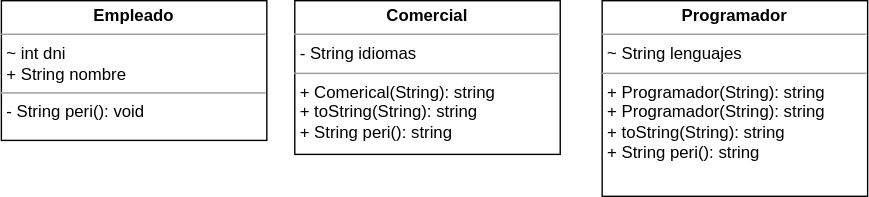
Earlier version of the draw.io export diagramas/diagrama2.drawio.svg (brimacias/uml-class-diagrams). Source tidied: cells renumbered, new cells last; positions are measured from the earlier drawing's top-left corner, leaving out a move shared by most shapes.
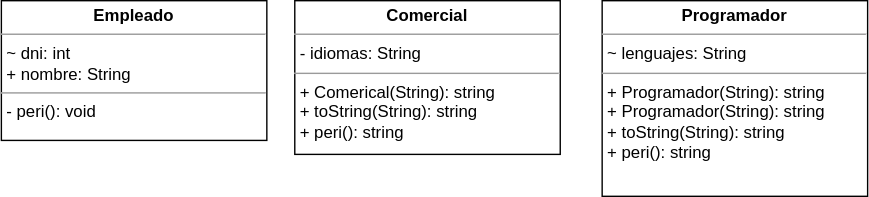
The same diagram one commit later.

Commit message:
diagramas corregidos

The edit, as a diff of the source:
```diff
@@ -2,13 +2,13 @@
   <root>
     <mxCell id="0" />
     <mxCell id="1" parent="0" />
-    <mxCell id="2" value="&lt;p style=&quot;margin:0px;margin-top:4px;text-align:center;&quot;&gt;&lt;b&gt;Empleado&lt;/b&gt;&lt;/p&gt;&lt;hr size=&quot;1&quot;&gt;&lt;p style=&quot;margin:0px;margin-left:4px;&quot;&gt;~ int dni&lt;br&gt;+ String nombre&lt;/p&gt;&lt;hr size=&quot;1&quot;&gt;&lt;p style=&quot;margin:0px;margin-left:4px;&quot;&gt;- String peri(): void&lt;br&gt;&lt;/p&gt;" style="verticalAlign=top;align=left;overflow=fill;fontSize=12;fontFamily=Helvetica;html=1;" parent="1" vertex="1">
+    <mxCell id="2" value="&lt;p style=&quot;margin:0px;margin-top:4px;text-align:center;&quot;&gt;&lt;b&gt;Empleado&lt;/b&gt;&lt;/p&gt;&lt;hr size=&quot;1&quot;&gt;&lt;p style=&quot;margin:0px;margin-left:4px;&quot;&gt;~ dni: int&lt;br&gt;+ nombre: String&lt;/p&gt;&lt;hr size=&quot;1&quot;&gt;&lt;p style=&quot;margin:0px;margin-left:4px;&quot;&gt;- peri(): void&lt;br&gt;&lt;/p&gt;" style="verticalAlign=top;align=left;overflow=fill;fontSize=12;fontFamily=Helvetica;html=1;" parent="1" vertex="1">
       <mxGeometry width="190" height="100" as="geometry" />
     </mxCell>
-    <mxCell id="3" value="&lt;p style=&quot;margin:0px;margin-top:4px;text-align:center;&quot;&gt;&lt;b&gt;Comercial&lt;/b&gt;&lt;/p&gt;&lt;hr size=&quot;1&quot;&gt;&lt;p style=&quot;margin:0px;margin-left:4px;&quot;&gt;- String idiomas&lt;br&gt;&lt;/p&gt;&lt;hr size=&quot;1&quot;&gt;&lt;p style=&quot;margin:0px;margin-left:4px;&quot;&gt;+ Comerical(String): string&lt;br&gt;+ toString(String): string&lt;/p&gt;&lt;p style=&quot;margin:0px;margin-left:4px;&quot;&gt;+ String peri(): string&lt;/p&gt;" style="verticalAlign=top;align=left;overflow=fill;fontSize=12;fontFamily=Helvetica;html=1;" parent="1" vertex="1">
+    <mxCell id="3" value="&lt;p style=&quot;margin:0px;margin-top:4px;text-align:center;&quot;&gt;&lt;b&gt;Comercial&lt;/b&gt;&lt;/p&gt;&lt;hr size=&quot;1&quot;&gt;&lt;p style=&quot;margin:0px;margin-left:4px;&quot;&gt;- idiomas: String&lt;br&gt;&lt;/p&gt;&lt;hr size=&quot;1&quot;&gt;&lt;p style=&quot;margin:0px;margin-left:4px;&quot;&gt;+ Comerical(String): string&lt;br&gt;+ toString(String): string&lt;/p&gt;&lt;p style=&quot;margin:0px;margin-left:4px;&quot;&gt;+ peri(): string&lt;/p&gt;" style="verticalAlign=top;align=left;overflow=fill;fontSize=12;fontFamily=Helvetica;html=1;" parent="1" vertex="1">
       <mxGeometry x="210" width="190" height="110" as="geometry" />
     </mxCell>
-    <mxCell id="4" value="&lt;p style=&quot;margin:0px;margin-top:4px;text-align:center;&quot;&gt;&lt;b&gt;Programador&lt;/b&gt;&lt;/p&gt;&lt;hr size=&quot;1&quot;&gt;&lt;p style=&quot;margin:0px;margin-left:4px;&quot;&gt;~ String lenguajes&lt;br&gt;&lt;/p&gt;&lt;hr size=&quot;1&quot;&gt;&lt;p style=&quot;margin:0px;margin-left:4px;&quot;&gt;+ Programador(String): string&lt;br&gt;+ Programador(String): string&lt;/p&gt;&lt;p style=&quot;margin:0px;margin-left:4px;&quot;&gt;+ toString(String): string&lt;/p&gt;&lt;p style=&quot;margin:0px;margin-left:4px;&quot;&gt;+ String peri(): string&lt;/p&gt;" style="verticalAlign=top;align=left;overflow=fill;fontSize=12;fontFamily=Helvetica;html=1;" parent="1" vertex="1">
+    <mxCell id="4" value="&lt;p style=&quot;margin:0px;margin-top:4px;text-align:center;&quot;&gt;&lt;b&gt;Programador&lt;/b&gt;&lt;/p&gt;&lt;hr size=&quot;1&quot;&gt;&lt;p style=&quot;margin:0px;margin-left:4px;&quot;&gt;~ lenguajes: String&lt;br&gt;&lt;/p&gt;&lt;hr size=&quot;1&quot;&gt;&lt;p style=&quot;margin:0px;margin-left:4px;&quot;&gt;+ Programador(String): string&lt;br&gt;+ Programador(String): string&lt;/p&gt;&lt;p style=&quot;margin:0px;margin-left:4px;&quot;&gt;+ toString(String): string&lt;/p&gt;&lt;p style=&quot;margin:0px;margin-left:4px;&quot;&gt;+ peri(): string&lt;/p&gt;" style="verticalAlign=top;align=left;overflow=fill;fontSize=12;fontFamily=Helvetica;html=1;" parent="1" vertex="1">
       <mxGeometry x="430" width="190" height="140" as="geometry" />
     </mxCell>
   </root>
```
